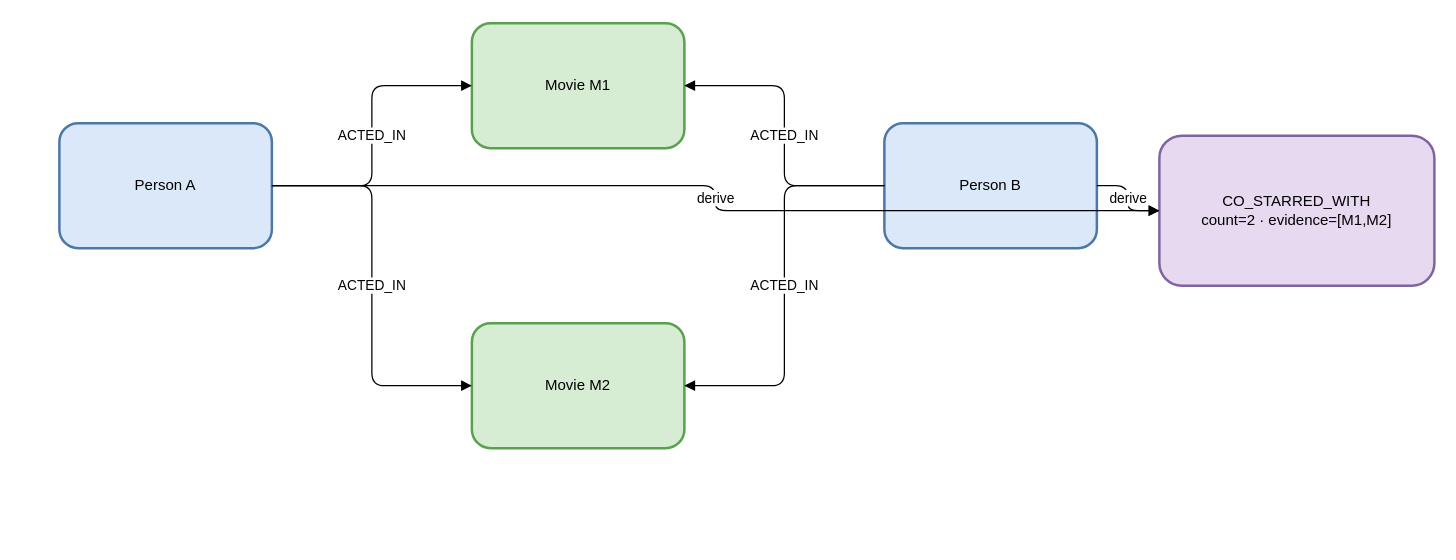
The draw.io diagram report_latex/images/sources/costar_reasoning.drawio in khanhhk/advanced_database, before the edit. Source tidied: cells renumbered, new cells numbered last; positions are measured from the earlier drawing's top-left corner, leaving out a move shared by most shapes. Both pictures are drawn from the tidied source at 125%, with x=0, y=0 at pixel (59, 22).
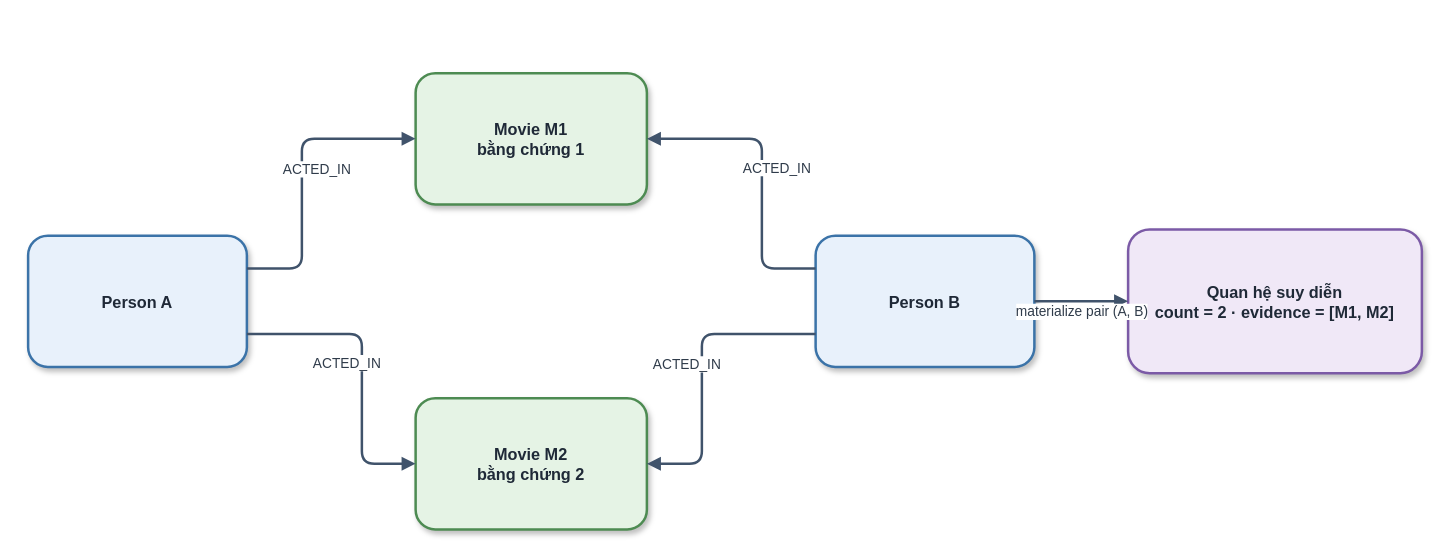
The same page after the edit.

Diff of the diagram source:
```diff
@@
 <mxGraphModel>
   <root>
     <mxCell id="0" />
     <mxCell id="1" parent="0" />
-    <mxCell id="2" value="Person A" style="rounded=1;whiteSpace=wrap;html=1;fillColor=#dbe8fa;strokeColor=#4c78a8;strokeWidth=2;" parent="1" vertex="1">
-      <mxGeometry y="80" width="170" height="100" as="geometry" />
+    <mxCell id="2" value="Person A" style="rounded=1;whiteSpace=wrap;html=1;fillColor=#E8F1FB;strokeColor=#3B73A8;strokeWidth=2;fontSize=13;fontColor=#1F2937;fontStyle=1;spacing=8;shadow=1;" parent="1" vertex="1">
+      <mxGeometry x="-25" y="170" width="175" height="105" as="geometry" />
     </mxCell>
-    <mxCell id="3" value="Movie M1" style="rounded=1;whiteSpace=wrap;html=1;fillColor=#d6edd4;strokeColor=#59a14f;strokeWidth=2;" parent="1" vertex="1">
-      <mxGeometry x="330" width="170" height="100" as="geometry" />
+    <mxCell id="3" value="Movie M1&#10;bằng chứng 1" style="rounded=1;whiteSpace=wrap;html=1;fillColor=#E5F3E5;strokeColor=#4D8B52;strokeWidth=2;fontSize=13;fontColor=#1F2937;fontStyle=1;spacing=8;shadow=1;" parent="1" vertex="1">
+      <mxGeometry x="285" y="40" width="185" height="105" as="geometry" />
     </mxCell>
-    <mxCell id="4" value="Movie M2" style="rounded=1;whiteSpace=wrap;html=1;fillColor=#d6edd4;strokeColor=#59a14f;strokeWidth=2;" parent="1" vertex="1">
-      <mxGeometry x="330" y="240" width="170" height="100" as="geometry" />
+    <mxCell id="4" value="Movie M2&#10;bằng chứng 2" style="rounded=1;whiteSpace=wrap;html=1;fillColor=#E5F3E5;strokeColor=#4D8B52;strokeWidth=2;fontSize=13;fontColor=#1F2937;fontStyle=1;spacing=8;shadow=1;" parent="1" vertex="1">
+      <mxGeometry x="285" y="300" width="185" height="105" as="geometry" />
     </mxCell>
-    <mxCell id="5" value="Person B" style="rounded=1;whiteSpace=wrap;html=1;fillColor=#dbe8fa;strokeColor=#4c78a8;strokeWidth=2;" parent="1" vertex="1">
-      <mxGeometry x="660" y="80" width="170" height="100" as="geometry" />
+    <mxCell id="5" value="Person B" style="rounded=1;whiteSpace=wrap;html=1;fillColor=#E8F1FB;strokeColor=#3B73A8;strokeWidth=2;fontSize=13;fontColor=#1F2937;fontStyle=1;spacing=8;shadow=1;" parent="1" vertex="1">
+      <mxGeometry x="605" y="170" width="175" height="105" as="geometry" />
     </mxCell>
-    <mxCell id="6" value="CO_STARRED_WITH&#10;count=2 · evidence=[M1,M2]" style="rounded=1;whiteSpace=wrap;html=1;fillColor=#e6d9f0;strokeColor=#8064a2;strokeWidth=2;" parent="1" vertex="1">
-      <mxGeometry x="880" y="90" width="220" height="120" as="geometry" />
+    <mxCell id="6" value="Quan hệ suy diễn&#10;count = 2 · evidence = [M1, M2]" style="rounded=1;whiteSpace=wrap;html=1;fillColor=#F0E8F7;strokeColor=#7B5AA6;strokeWidth=2;fontSize=13;fontColor=#1F2937;fontStyle=1;spacing=8;shadow=1;" parent="1" vertex="1">
+      <mxGeometry x="855" y="165" width="235" height="115" as="geometry" />
     </mxCell>
-    <mxCell id="7" value="ACTED_IN" style="edgeStyle=orthogonalEdgeStyle;rounded=1;jettySize=auto;html=1;endArrow=block;exitX=1;exitY=0.5;exitDx=0;exitDy=0;entryX=0;entryY=0.5;entryDx=0;entryDy=0;" parent="1" edge="1" source="2" target="3">
-      <mxGeometry relative="1" as="geometry" />
+    <mxCell id="7" value="ACTED_IN" style="edgeStyle=orthogonalEdgeStyle;rounded=1;jettySize=auto;html=1;endArrow=block;endFill=1;strokeColor=#40536B;strokeWidth=2;fontSize=11;fontColor=#2F3B4A;labelBackgroundColor=#FFFFFF;spacingBottom=8;exitX=1;exitY=0.25;exitDx=0;exitDy=0;entryX=0;entryY=0.5;entryDx=0;entryDy=0;" parent="1" edge="1" source="2" target="3">
+      <mxGeometry y="-12" relative="1" as="geometry">
+        <Array as="points">
+          <mxPoint x="194" y="196" />
+          <mxPoint x="194" y="92" />
+        </Array>
+      </mxGeometry>
     </mxCell>
-    <mxCell id="8" value="ACTED_IN" style="edgeStyle=orthogonalEdgeStyle;rounded=1;jettySize=auto;html=1;endArrow=block;exitX=1;exitY=0.5;exitDx=0;exitDy=0;entryX=0;entryY=0.5;entryDx=0;entryDy=0;" parent="1" edge="1" source="2" target="4">
-      <mxGeometry relative="1" as="geometry" />
+    <mxCell id="8" value="ACTED_IN" style="edgeStyle=orthogonalEdgeStyle;rounded=1;jettySize=auto;html=1;endArrow=block;endFill=1;strokeColor=#40536B;strokeWidth=2;fontSize=11;fontColor=#2F3B4A;labelBackgroundColor=#FFFFFF;spacingBottom=8;exitX=1;exitY=0.75;exitDx=0;exitDy=0;entryX=0;entryY=0.5;entryDx=0;entryDy=0;" parent="1" edge="1" source="2" target="4">
+      <mxGeometry y="-12" relative="1" as="geometry">
+        <Array as="points">
+          <mxPoint x="242" y="249" />
+          <mxPoint x="242" y="352" />
+        </Array>
+      </mxGeometry>
     </mxCell>
-    <mxCell id="9" value="ACTED_IN" style="edgeStyle=orthogonalEdgeStyle;rounded=1;jettySize=auto;html=1;endArrow=block;exitX=0;exitY=0.5;exitDx=0;exitDy=0;entryX=1;entryY=0.5;entryDx=0;entryDy=0;" parent="1" edge="1" source="5" target="3">
-      <mxGeometry relative="1" as="geometry" />
+    <mxCell id="9" value="ACTED_IN" style="edgeStyle=orthogonalEdgeStyle;rounded=1;jettySize=auto;html=1;endArrow=block;endFill=1;strokeColor=#40536B;strokeWidth=2;fontSize=11;fontColor=#2F3B4A;labelBackgroundColor=#FFFFFF;spacingBottom=8;exitX=0;exitY=0.25;exitDx=0;exitDy=0;entryX=1;entryY=0.5;entryDx=0;entryDy=0;" parent="1" edge="1" source="5" target="3">
+      <mxGeometry y="-12" relative="1" as="geometry">
+        <Array as="points">
+          <mxPoint x="562" y="196" />
+          <mxPoint x="562" y="92" />
+        </Array>
+      </mxGeometry>
     </mxCell>
-    <mxCell id="10" value="ACTED_IN" style="edgeStyle=orthogonalEdgeStyle;rounded=1;jettySize=auto;html=1;endArrow=block;exitX=0;exitY=0.5;exitDx=0;exitDy=0;entryX=1;entryY=0.5;entryDx=0;entryDy=0;" parent="1" edge="1" source="5" target="4">
-      <mxGeometry relative="1" as="geometry" />
+    <mxCell id="10" value="ACTED_IN" style="edgeStyle=orthogonalEdgeStyle;rounded=1;jettySize=auto;html=1;endArrow=block;endFill=1;strokeColor=#40536B;strokeWidth=2;fontSize=11;fontColor=#2F3B4A;labelBackgroundColor=#FFFFFF;spacingBottom=8;exitX=0;exitY=0.75;exitDx=0;exitDy=0;entryX=1;entryY=0.5;entryDx=0;entryDy=0;" parent="1" edge="1" source="5" target="4">
+      <mxGeometry y="-12" relative="1" as="geometry">
+        <Array as="points">
+          <mxPoint x="514" y="249" />
+          <mxPoint x="514" y="352" />
+        </Array>
+      </mxGeometry>
     </mxCell>
-    <mxCell id="11" value="derive" style="edgeStyle=orthogonalEdgeStyle;rounded=1;jettySize=auto;html=1;endArrow=block;exitX=1;exitY=0.5;exitDx=0;exitDy=0;entryX=0;entryY=0.5;entryDx=0;entryDy=0;" parent="1" edge="1" source="5" target="6">
-      <mxGeometry relative="1" as="geometry" />
+    <mxCell id="11" value="materialize pair (A, B)" style="edgeStyle=orthogonalEdgeStyle;rounded=1;jettySize=auto;html=1;endArrow=block;endFill=1;strokeColor=#40536B;strokeWidth=2;fontSize=11;fontColor=#2F3B4A;labelBackgroundColor=#FFFFFF;spacingBottom=8;exitX=1;exitY=0.5;exitDx=0;exitDy=0;entryX=0;entryY=0.5;entryDx=0;entryDy=0;" parent="1" edge="1" source="5" target="6">
+      <mxGeometry y="-12" relative="1" as="geometry" />
     </mxCell>
-    <mxCell id="12" value="derive" style="edgeStyle=orthogonalEdgeStyle;rounded=1;jettySize=auto;html=1;endArrow=block;exitX=1;exitY=0.5;exitDx=0;exitDy=0;entryX=0;entryY=0.5;entryDx=0;entryDy=0;" parent="1" edge="1" source="2" target="6">
-      <mxGeometry relative="1" as="geometry" />
-    </mxCell>
   </root>
 </mxGraphModel>
```
